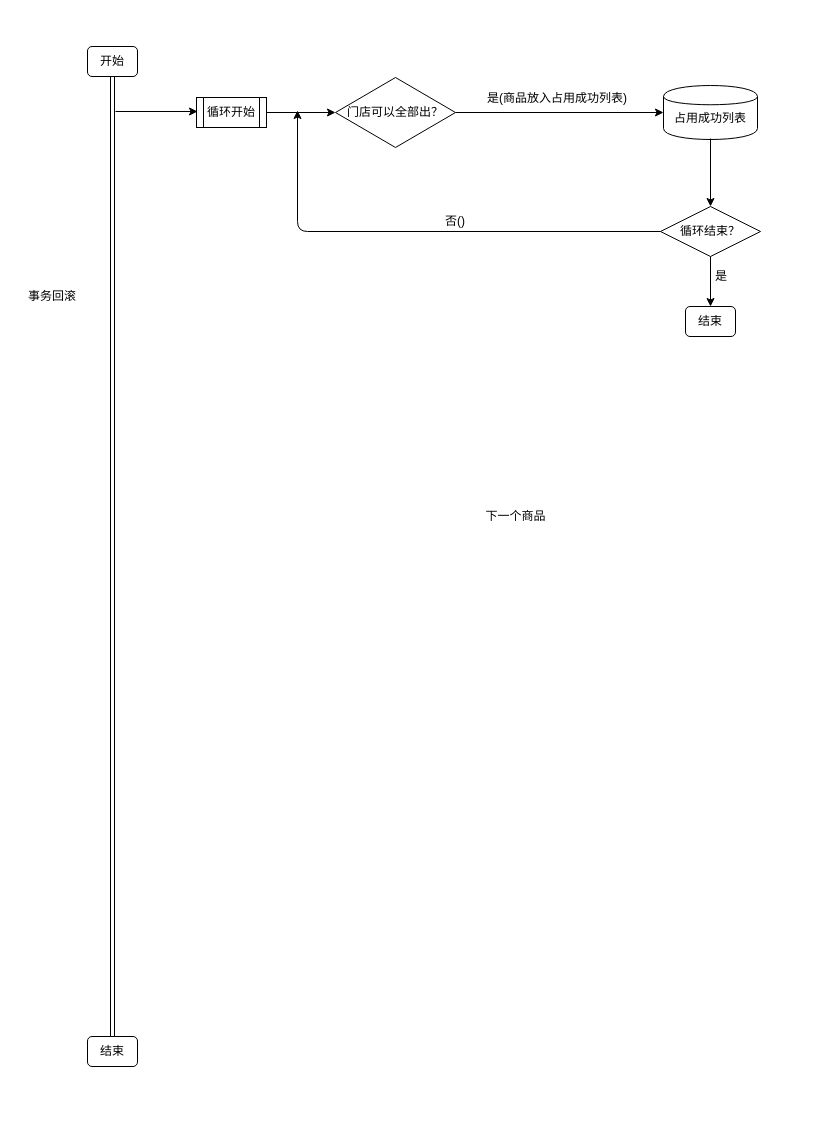
The draw.io diagram Untitled Diagram.drawio in zhongss404/flow, before the edit. Source tidied: cells renumbered, new cells numbered last; positions are measured from the earlier drawing's top-left corner, leaving out a move shared by most shapes. Both pictures are drawn from the tidied source at 100%, with x=0, y=0 at pixel (17, 46).
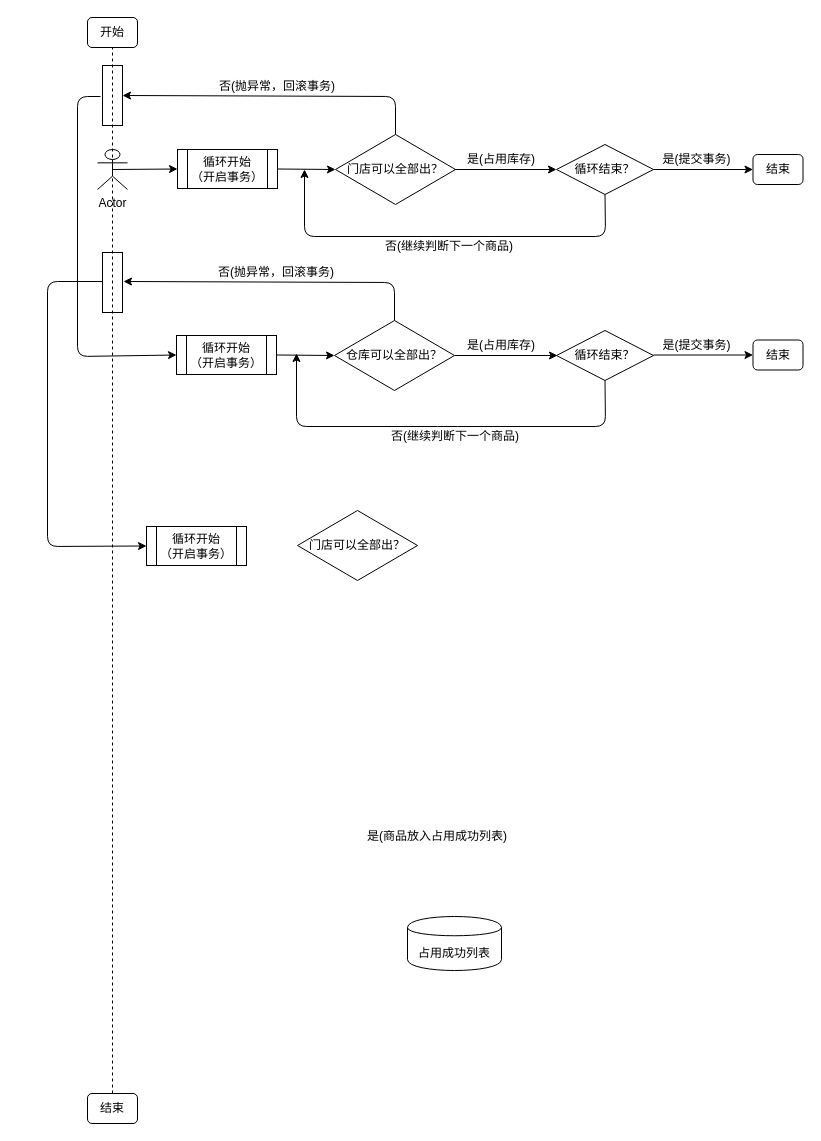
After the change.

What changed in the source:
```diff
@@
     <mxCell id="2" value="门店可以全部出？" style="rhombus;whiteSpace=wrap;html=1;" parent="1" vertex="1">
-      <mxGeometry x="318" y="31" width="120" height="70" as="geometry" />
+      <mxGeometry x="318" y="88" width="120" height="70" as="geometry" />
     </mxCell>
     <mxCell id="3" value="开始" style="rounded=1;whiteSpace=wrap;html=1;" parent="1" vertex="1">
-      <mxGeometry x="70" width="50" height="30" as="geometry" />
+      <mxGeometry x="70" y="-29" width="50" height="30" as="geometry" />
     </mxCell>
     <mxCell id="4" value="结束" style="rounded=1;whiteSpace=wrap;html=1;" parent="1" vertex="1">
-      <mxGeometry x="70" y="990" width="50" height="30" as="geometry" />
+      <mxGeometry x="70" y="1047" width="50" height="30" as="geometry" />
     </mxCell>
     <mxCell id="5" value="结束" style="rounded=1;whiteSpace=wrap;html=1;" parent="1" vertex="1">
-      <mxGeometry x="668" y="260" width="50" height="30" as="geometry" />
+      <mxGeometry x="735.5" y="108" width="50" height="30" as="geometry" />
     </mxCell>
-    <mxCell id="6" value="否()" style="text;html=1;strokeColor=none;fillColor=none;align=center;verticalAlign=middle;whiteSpace=wrap;rounded=0;" parent="1" vertex="1">
-      <mxGeometry x="418" y="165" width="40" height="20" as="geometry" />
+    <mxCell id="6" value="否(继续判断下一个商品)" style="text;html=1;strokeColor=none;fillColor=none;align=center;verticalAlign=middle;whiteSpace=wrap;rounded=0;" parent="1" vertex="1">
+      <mxGeometry x="357" y="190" width="150" height="20" as="geometry" />
     </mxCell>
-    <mxCell id="7" style="shape=link;html=1;entryX=0.5;entryY=1;entryDx=0;entryDy=0;exitX=0.5;exitY=0;exitDx=0;exitDy=0;" parent="1" edge="1" source="4" target="3">
-      <mxGeometry relative="1" as="geometry" />
-    </mxCell>
-    <mxCell id="8" style="endArrow=classic;html=1;" parent="1" edge="1">
-      <mxGeometry relative="1" as="geometry">
-        <mxPoint x="98" y="65" as="sourcePoint" />
-        <mxPoint x="180" y="65" as="targetPoint" />
-      </mxGeometry>
+    <mxCell id="8" style="endArrow=classic;html=1;entryX=0;entryY=0.5;entryDx=0;entryDy=0;exitX=0.5;exitY=0.5;exitDx=0;exitDy=0;exitPerimeter=0;" parent="1" edge="1" source="44" target="12">
+      <mxGeometry relative="1" as="geometry" />
     </mxCell>
-    <mxCell id="9" style="shape=cylinder;whiteSpace=wrap;html=1;boundedLbl=1;backgroundOutline=1;" parent="1" vertex="1">
-      <mxGeometry x="646" y="39" width="94" height="54" as="geometry" />
-    </mxCell>
-    <mxCell id="10" style="endArrow=classic;html=1;entryX=0;entryY=0.5;entryDx=0;entryDy=0;" parent="1" edge="1" target="9">
-      <mxGeometry relative="1" as="geometry">
-        <mxPoint x="438" y="66" as="sourcePoint" />
-      </mxGeometry>
-    </mxCell>
-    <mxCell id="11" value="占用成功列表" style="text;html=1;strokeColor=none;fillColor=none;align=center;verticalAlign=middle;whiteSpace=wrap;rounded=0;" parent="1" vertex="1">
-      <mxGeometry x="628" y="62" width="130" height="20" as="geometry" />
-    </mxCell>
-    <mxCell id="12" value="循环开始" style="shape=process;whiteSpace=wrap;html=1;backgroundOutline=1;" parent="1" vertex="1">
-      <mxGeometry x="179" y="51" width="70" height="30" as="geometry" />
+    <mxCell id="12" value="循环开始&lt;br&gt;（开启事务）" style="shape=process;whiteSpace=wrap;html=1;backgroundOutline=1;" parent="1" vertex="1">
+      <mxGeometry x="160" y="103" width="100" height="39" as="geometry" />
     </mxCell>
-    <mxCell id="13" style="endArrow=classic;html=1;entryX=0;entryY=0.5;entryDx=0;entryDy=0;" parent="1" edge="1" target="2">
-      <mxGeometry relative="1" as="geometry">
-        <mxPoint x="249" y="66" as="sourcePoint" />
-      </mxGeometry>
-    </mxCell>
-    <mxCell id="14" value="下一个商品" style="text;html=1;strokeColor=none;fillColor=none;align=center;verticalAlign=middle;whiteSpace=wrap;rounded=0;" parent="1" vertex="1">
-      <mxGeometry x="460" y="460" width="77" height="20" as="geometry" />
-    </mxCell>
-    <mxCell id="15" value="事务回滚" style="text;html=1;strokeColor=none;fillColor=none;align=center;verticalAlign=middle;whiteSpace=wrap;rounded=0;" parent="1" vertex="1">
-      <mxGeometry y="240" width="70" height="20" as="geometry" />
-    </mxCell>
-    <mxCell id="16" value="是(商品放入占用成功列表)" style="text;html=1;strokeColor=none;fillColor=none;align=center;verticalAlign=middle;whiteSpace=wrap;rounded=0;" parent="1" vertex="1">
-      <mxGeometry x="460" y="42" width="160" height="20" as="geometry" />
-    </mxCell>
     <mxCell id="17" value="循环结束？" style="rhombus;whiteSpace=wrap;html=1;" parent="1" vertex="1">
-      <mxGeometry x="643" y="160" width="100" height="50" as="geometry" />
+      <mxGeometry x="539" y="98" width="97" height="50" as="geometry" />
     </mxCell>
-    <mxCell id="18" style="endArrow=classic;html=1;" parent="1" edge="1" target="17">
-      <mxGeometry relative="1" as="geometry">
-        <mxPoint x="693" y="92" as="sourcePoint" />
-      </mxGeometry>
-    </mxCell>
-    <mxCell id="19" style="endArrow=classic;html=1;entryX=0.5;entryY=0;entryDx=0;entryDy=0;" parent="1" edge="1">
-      <mxGeometry relative="1" as="geometry">
-        <mxPoint x="693" y="210" as="sourcePoint" />
-        <mxPoint x="693" y="260" as="targetPoint" />
-      </mxGeometry>
+    <mxCell id="19" style="endArrow=classic;html=1;exitX=1;exitY=0.5;exitDx=0;exitDy=0;entryX=0;entryY=0.5;entryDx=0;entryDy=0;" parent="1" edge="1" source="17" target="5">
+      <mxGeometry relative="1" as="geometry" />
     </mxCell>
-    <mxCell id="20" value="是" style="text;html=1;strokeColor=none;fillColor=none;align=center;verticalAlign=middle;whiteSpace=wrap;rounded=0;" parent="1" vertex="1">
-      <mxGeometry x="683.5" y="220" width="40" height="20" as="geometry" />
+    <mxCell id="20" value="是(提交事务)" style="text;html=1;strokeColor=none;fillColor=none;align=center;verticalAlign=middle;whiteSpace=wrap;rounded=0;" parent="1" vertex="1">
+      <mxGeometry x="636" y="103" width="87" height="20" as="geometry" />
     </mxCell>
-    <mxCell id="21" style="endArrow=classic;html=1;exitX=0;exitY=0.5;exitDx=0;exitDy=0;" parent="1" edge="1" source="17">
-      <mxGeometry relative="1" as="geometry">
-        <mxPoint x="280" y="64" as="targetPoint" />
-        <Array as="points">
-          <mxPoint x="280" y="185" />
-        </Array>
-      </mxGeometry>
-    </mxCell>
+    <mxCell id="22" style="endArrow=classic;html=1;exitX=1;exitY=0.5;exitDx=0;exitDy=0;entryX=0;entryY=0.5;entryDx=0;entryDy=0;" parent="1" edge="1" source="12" target="2">
+      <mxGeometry relative="1" as="geometry" />
+    </mxCell>
+    <mxCell id="23" style="endArrow=classic;html=1;exitX=0.5;exitY=0;exitDx=0;exitDy=0;entryX=1;entryY=0.5;entryDx=0;entryDy=0;" parent="1" edge="1" source="2" target="33">
+      <mxGeometry relative="1" as="geometry">
+        <Array as="points">
+          <mxPoint x="378" y="50" />
+        </Array>
+      </mxGeometry>
+    </mxCell>
+    <mxCell id="24" value="否(抛异常，回滚事务)" style="text;html=1;strokeColor=none;fillColor=none;align=center;verticalAlign=middle;whiteSpace=wrap;rounded=0;" parent="1" vertex="1">
+      <mxGeometry x="195" y="30" width="130" height="20" as="geometry" />
+    </mxCell>
+    <mxCell id="25" value="仓库可以全部出？" style="rhombus;whiteSpace=wrap;html=1;" parent="1" vertex="1">
+      <mxGeometry x="317" y="274" width="120" height="70" as="geometry" />
+    </mxCell>
+    <mxCell id="26" value="否(继续判断下一个商品)" style="text;html=1;strokeColor=none;fillColor=none;align=center;verticalAlign=middle;whiteSpace=wrap;rounded=0;" parent="1" vertex="1">
+      <mxGeometry x="363" y="380" width="150" height="20" as="geometry" />
+    </mxCell>
+    <mxCell id="27" style="endArrow=classic;html=1;" parent="1" edge="1">
+      <mxGeometry relative="1" as="geometry">
+        <mxPoint x="437" y="309" as="sourcePoint" />
+        <mxPoint x="540" y="309" as="targetPoint" />
+      </mxGeometry>
+    </mxCell>
+    <mxCell id="28" value="循环开始&lt;br&gt;（开启事务）" style="shape=process;whiteSpace=wrap;html=1;backgroundOutline=1;" parent="1" vertex="1">
+      <mxGeometry x="159" y="289" width="100" height="39" as="geometry" />
+    </mxCell>
+    <mxCell id="29" style="endArrow=classic;html=1;exitX=0.5;exitY=1;exitDx=0;exitDy=0;" parent="1" edge="1" source="39">
+      <mxGeometry relative="1" as="geometry">
+        <mxPoint x="279" y="307" as="targetPoint" />
+        <Array as="points">
+          <mxPoint x="588" y="380" />
+          <mxPoint x="430" y="380" />
+          <mxPoint x="279" y="380" />
+        </Array>
+      </mxGeometry>
+    </mxCell>
+    <mxCell id="30" style="endArrow=classic;html=1;exitX=1;exitY=0.5;exitDx=0;exitDy=0;entryX=0;entryY=0.5;entryDx=0;entryDy=0;" parent="1" edge="1" source="28" target="25">
+      <mxGeometry relative="1" as="geometry" />
+    </mxCell>
+    <mxCell id="31" style="endArrow=classic;html=1;exitX=0.5;exitY=0;exitDx=0;exitDy=0;entryX=1;entryY=0.5;entryDx=0;entryDy=0;" parent="1" edge="1" source="25">
+      <mxGeometry relative="1" as="geometry">
+        <mxPoint x="106" y="235" as="targetPoint" />
+        <Array as="points">
+          <mxPoint x="377" y="236" />
+        </Array>
+      </mxGeometry>
+    </mxCell>
+    <mxCell id="32" value="否(抛异常，回滚事务)" style="text;html=1;strokeColor=none;fillColor=none;align=center;verticalAlign=middle;whiteSpace=wrap;rounded=0;" parent="1" vertex="1">
+      <mxGeometry x="194" y="216" width="130" height="20" as="geometry" />
+    </mxCell>
+    <mxCell id="33" style="rounded=0;whiteSpace=wrap;html=1;" parent="1" vertex="1">
+      <mxGeometry x="85" y="19" width="20" height="60" as="geometry" />
+    </mxCell>
+    <mxCell id="34" style="endArrow=classic;html=1;entryX=0;entryY=0.5;entryDx=0;entryDy=0;" parent="1" edge="1" target="28">
+      <mxGeometry relative="1" as="geometry">
+        <mxPoint x="83" y="50" as="sourcePoint" />
+        <Array as="points">
+          <mxPoint x="60" y="50" />
+          <mxPoint x="60" y="310" />
+        </Array>
+      </mxGeometry>
+    </mxCell>
+    <mxCell id="35" style="shape=cylinder;whiteSpace=wrap;html=1;boundedLbl=1;backgroundOutline=1;" parent="1" vertex="1">
+      <mxGeometry x="390" y="870" width="94" height="54" as="geometry" />
+    </mxCell>
+    <mxCell id="11" value="占用成功列表" style="text;html=1;strokeColor=none;fillColor=none;align=center;verticalAlign=middle;whiteSpace=wrap;rounded=0;" parent="1" vertex="1">
+      <mxGeometry x="372" y="897" width="130" height="20" as="geometry" />
+    </mxCell>
+    <mxCell id="16" value="是(商品放入占用成功列表)" style="text;html=1;strokeColor=none;fillColor=none;align=center;verticalAlign=middle;whiteSpace=wrap;rounded=0;" parent="1" vertex="1">
+      <mxGeometry x="340" y="780" width="160" height="20" as="geometry" />
+    </mxCell>
+    <mxCell id="36" style="endArrow=classic;html=1;entryX=0;entryY=0.5;entryDx=0;entryDy=0;" parent="1" edge="1" target="17">
+      <mxGeometry relative="1" as="geometry">
+        <mxPoint x="437" y="123" as="sourcePoint" />
+      </mxGeometry>
+    </mxCell>
+    <mxCell id="37" value="是(占用库存)" style="text;html=1;strokeColor=none;fillColor=none;align=center;verticalAlign=middle;whiteSpace=wrap;rounded=0;" parent="1" vertex="1">
+      <mxGeometry x="449" y="103" width="70" height="20" as="geometry" />
+    </mxCell>
+    <mxCell id="38" style="endArrow=classic;html=1;exitX=0.5;exitY=1;exitDx=0;exitDy=0;" parent="1" edge="1" source="17">
+      <mxGeometry relative="1" as="geometry">
+        <mxPoint x="287" y="123" as="targetPoint" />
+        <Array as="points">
+          <mxPoint x="588" y="190" />
+          <mxPoint x="287" y="190" />
+        </Array>
+      </mxGeometry>
+    </mxCell>
+    <mxCell id="39" value="循环结束？" style="rhombus;whiteSpace=wrap;html=1;" parent="1" vertex="1">
+      <mxGeometry x="539" y="284" width="97" height="50" as="geometry" />
+    </mxCell>
+    <mxCell id="40" value="是(占用库存)" style="text;html=1;strokeColor=none;fillColor=none;align=center;verticalAlign=middle;whiteSpace=wrap;rounded=0;" parent="1" vertex="1">
+      <mxGeometry x="449" y="288.5" width="70" height="20" as="geometry" />
+    </mxCell>
+    <mxCell id="41" value="结束" style="rounded=1;whiteSpace=wrap;html=1;" parent="1" vertex="1">
+      <mxGeometry x="735.5" y="293.5" width="50" height="30" as="geometry" />
+    </mxCell>
+    <mxCell id="42" style="endArrow=classic;html=1;exitX=1;exitY=0.5;exitDx=0;exitDy=0;entryX=0;entryY=0.5;entryDx=0;entryDy=0;" parent="1" edge="1" target="41">
+      <mxGeometry relative="1" as="geometry">
+        <mxPoint x="636" y="308.5" as="sourcePoint" />
+      </mxGeometry>
+    </mxCell>
+    <mxCell id="43" value="是(提交事务)" style="text;html=1;strokeColor=none;fillColor=none;align=center;verticalAlign=middle;whiteSpace=wrap;rounded=0;" parent="1" vertex="1">
+      <mxGeometry x="636" y="288.5" width="87" height="20" as="geometry" />
+    </mxCell>
+    <mxCell id="44" value="Actor" style="shape=umlActor;verticalLabelPosition=bottom;labelBackgroundColor=#ffffff;verticalAlign=top;html=1;outlineConnect=0;" parent="1" vertex="1">
+      <mxGeometry x="80" y="103" width="30" height="40" as="geometry" />
+    </mxCell>
+    <mxCell id="45" value="循环开始&lt;br&gt;（开启事务）" style="shape=process;whiteSpace=wrap;html=1;backgroundOutline=1;" parent="1" vertex="1">
+      <mxGeometry x="129" y="480" width="100" height="39" as="geometry" />
+    </mxCell>
+    <mxCell id="46" style="endArrow=classic;html=1;entryX=0;entryY=0.5;entryDx=0;entryDy=0;exitX=0;exitY=0.5;exitDx=0;exitDy=0;" parent="1" edge="1" target="45">
+      <mxGeometry relative="1" as="geometry">
+        <mxPoint x="86" y="235" as="sourcePoint" />
+        <Array as="points">
+          <mxPoint x="30" y="235" />
+          <mxPoint x="30" y="500" />
+        </Array>
+      </mxGeometry>
+    </mxCell>
+    <mxCell id="47" style="rounded=0;whiteSpace=wrap;html=1;" parent="1" vertex="1">
+      <mxGeometry x="85" y="206" width="20" height="60" as="geometry" />
+    </mxCell>
+    <mxCell id="7" style="endArrow=none;dashed=1;html=1;entryX=0.5;entryY=1;entryDx=0;entryDy=0;exitX=0.5;exitY=0;exitDx=0;exitDy=0;" parent="1" edge="1" source="4" target="3">
+      <mxGeometry relative="1" as="geometry" />
+    </mxCell>
+    <mxCell id="48" value="门店可以全部出？" style="rhombus;whiteSpace=wrap;html=1;" parent="1" vertex="1">
+      <mxGeometry x="280" y="464" width="120" height="70" as="geometry" />
+    </mxCell>
```
